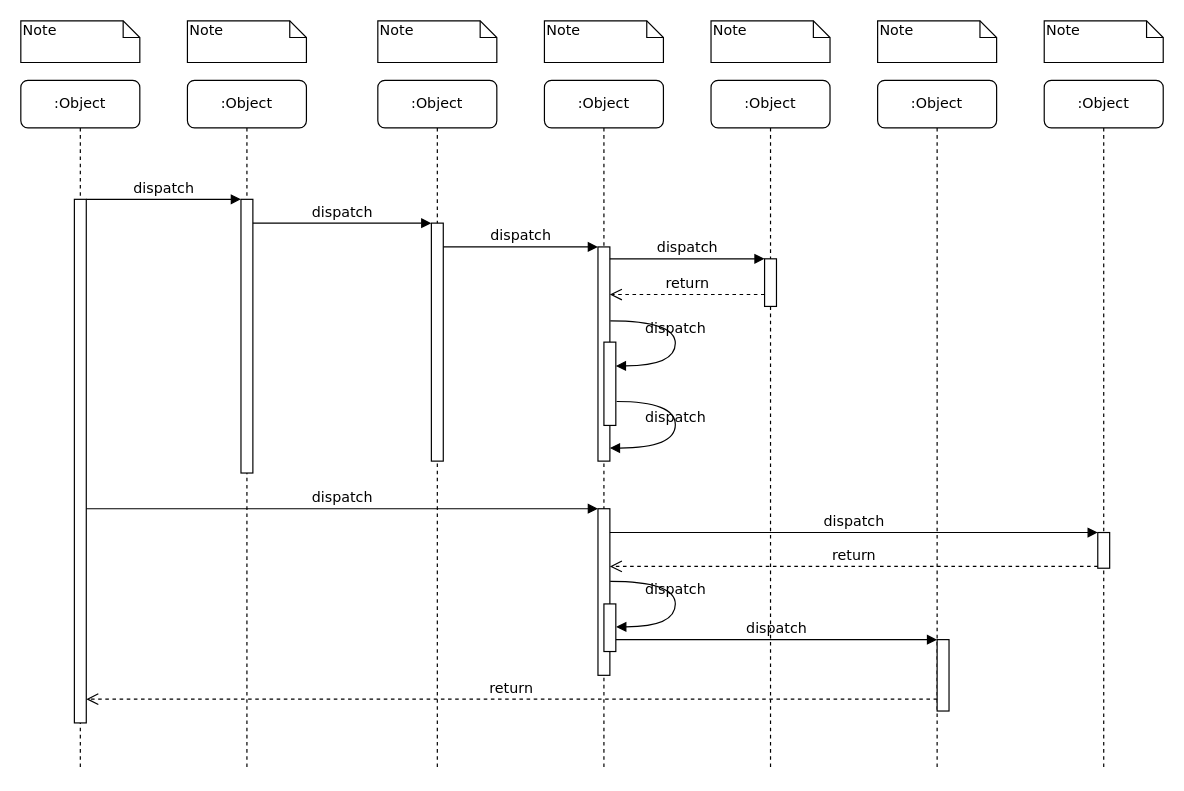
izhaong/drawio keeps this draw.io diagram as 未命名绘图.drawio. Above is the earlier version. Source tidied: cells renumbered, new cells numbered last; positions are measured from the earlier drawing's top-left corner, leaving out a move shared by most shapes. Both pictures are drawn from the tidied source at 119%, with x=0, y=0 at pixel (20, 20).
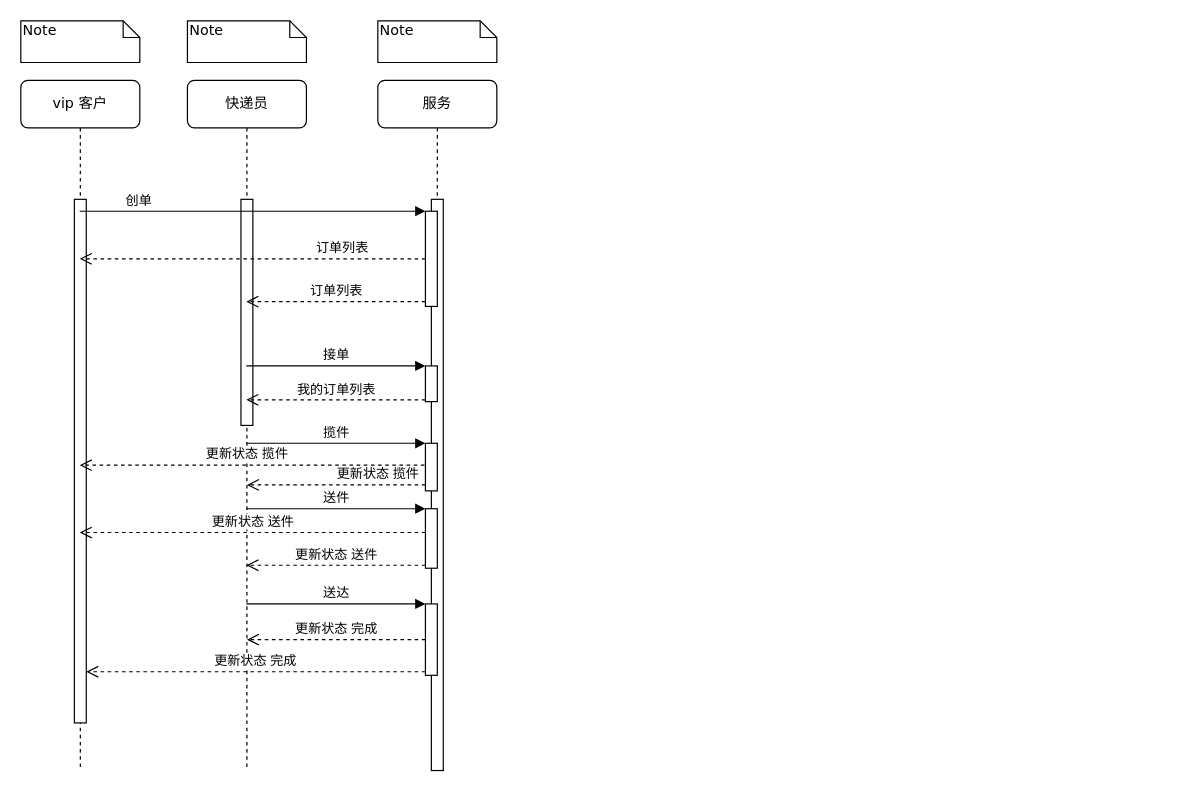
Above is the later version.

Commit message:
更新未命名绘图.drawio

Unchanged cells that the change refers to:
```xml
<mxCell id="11" style="html=1;points=[];perimeter=orthogonalPerimeter;rounded=0;shadow=0;comic=0;labelBackgroundColor=none;strokeWidth=1;fontFamily=Verdana;fontSize=12;align=center;" parent="10" vertex="1">
  <mxGeometry x="45" y="100" width="10" height="440" as="geometry" />
</mxCell>
```

Change to the diagram source:
```diff
@@
-    <mxCell id="2" value=":Object" style="shape=umlLifeline;perimeter=lifelinePerimeter;whiteSpace=wrap;html=1;outlineConnect=0;rounded=1;shadow=0;comic=0;labelBackgroundColor=none;strokeWidth=1;fontFamily=Verdana;fontSize=12;align=center;" parent="1" vertex="1">
+    <mxCell id="2" value="快递员" style="shape=umlLifeline;perimeter=lifelinePerimeter;whiteSpace=wrap;html=1;outlineConnect=0;rounded=1;shadow=0;comic=0;labelBackgroundColor=none;strokeWidth=1;fontFamily=Verdana;fontSize=12;align=center;" parent="1" vertex="1">
       <mxGeometry x="140" y="50" width="100" height="580" as="geometry" />
     </mxCell>
     <mxCell id="3" style="html=1;points=[];perimeter=orthogonalPerimeter;rounded=0;shadow=0;comic=0;labelBackgroundColor=none;strokeWidth=1;fontFamily=Verdana;fontSize=12;align=center;" parent="2" vertex="1">
-      <mxGeometry x="45" y="100" width="10" height="230" as="geometry" />
+      <mxGeometry x="45" y="100" width="10" height="190" as="geometry" />
     </mxCell>
-    <mxCell id="4" value=":Object" style="shape=umlLifeline;perimeter=lifelinePerimeter;whiteSpace=wrap;html=1;rounded=1;shadow=0;comic=0;labelBackgroundColor=none;strokeWidth=1;fontFamily=Verdana;fontSize=12;align=center;" parent="1" vertex="1">
+    <mxCell id="4" value="服务" style="shape=umlLifeline;perimeter=lifelinePerimeter;whiteSpace=wrap;html=1;rounded=1;shadow=0;comic=0;labelBackgroundColor=none;strokeWidth=1;fontFamily=Verdana;fontSize=12;align=center;" parent="1" vertex="1">
       <mxGeometry x="300" y="50" width="100" height="580" as="geometry" />
     </mxCell>
     <mxCell id="5" style="html=1;points=[];perimeter=orthogonalPerimeter;rounded=0;shadow=0;comic=0;labelBackgroundColor=none;strokeWidth=1;fontFamily=Verdana;fontSize=12;align=center;" parent="4" vertex="1">
-      <mxGeometry x="45" y="120" width="10" height="200" as="geometry" />
+      <mxGeometry x="45" y="100" width="10" height="480" as="geometry" />
     </mxCell>
-    <mxCell id="6" value=":Object" style="shape=umlLifeline;perimeter=lifelinePerimeter;whiteSpace=wrap;html=1;rounded=1;shadow=0;comic=0;labelBackgroundColor=none;strokeWidth=1;fontFamily=Verdana;fontSize=12;align=center;" parent="1" vertex="1">
-      <mxGeometry x="440" y="50" width="100" height="580" as="geometry" />
-    </mxCell>
-    <mxCell id="7" value=":Object" style="shape=umlLifeline;perimeter=lifelinePerimeter;whiteSpace=wrap;html=1;rounded=1;shadow=0;comic=0;labelBackgroundColor=none;strokeWidth=1;fontFamily=Verdana;fontSize=12;align=center;" parent="1" vertex="1">
-      <mxGeometry x="580" y="50" width="100" height="580" as="geometry" />
-    </mxCell>
-    <mxCell id="8" value=":Object" style="shape=umlLifeline;perimeter=lifelinePerimeter;whiteSpace=wrap;html=1;rounded=1;shadow=0;comic=0;labelBackgroundColor=none;strokeWidth=1;fontFamily=Verdana;fontSize=12;align=center;" parent="1" vertex="1">
-      <mxGeometry x="720" y="50" width="100" height="580" as="geometry" />
-    </mxCell>
-    <mxCell id="9" value=":Object" style="shape=umlLifeline;perimeter=lifelinePerimeter;whiteSpace=wrap;html=1;rounded=1;shadow=0;comic=0;labelBackgroundColor=none;strokeWidth=1;fontFamily=Verdana;fontSize=12;align=center;" parent="1" vertex="1">
-      <mxGeometry x="860" y="50" width="100" height="580" as="geometry" />
-    </mxCell>
+    <mxCell id="39" style="html=1;points=[];perimeter=orthogonalPerimeter;" parent="4" vertex="1">
+      <mxGeometry x="40" y="240" width="10" height="30" as="geometry" />
+    </mxCell>
+    <mxCell id="40" style="html=1;points=[];perimeter=orthogonalPerimeter;" parent="4" vertex="1">
+      <mxGeometry x="40" y="305" width="10" height="40" as="geometry" />
+    </mxCell>
+    <mxCell id="41" style="html=1;points=[];perimeter=orthogonalPerimeter;" parent="4" vertex="1">
+      <mxGeometry x="40" y="360" width="10" height="50" as="geometry" />
+    </mxCell>
+    <mxCell id="42" style="html=1;points=[];perimeter=orthogonalPerimeter;" parent="4" vertex="1">
+      <mxGeometry x="40" y="440" width="10" height="60" as="geometry" />
+    </mxCell>
-    <mxCell id="10" value=":Object" style="shape=umlLifeline;perimeter=lifelinePerimeter;whiteSpace=wrap;html=1;outlineConnect=0;rounded=1;shadow=0;comic=0;labelBackgroundColor=none;strokeWidth=1;fontFamily=Verdana;fontSize=12;align=center;" parent="1" vertex="1">
+    <mxCell id="10" value="vip 客户" style="shape=umlLifeline;perimeter=lifelinePerimeter;whiteSpace=wrap;html=1;outlineConnect=0;rounded=1;shadow=0;comic=0;labelBackgroundColor=none;strokeWidth=1;fontFamily=Verdana;fontSize=12;align=center;" parent="1" vertex="1">
       <mxGeometry y="50" width="100" height="580" as="geometry" />
     </mxCell>
@@
-    <mxCell id="12" style="html=1;points=[];perimeter=orthogonalPerimeter;rounded=0;shadow=0;comic=0;labelBackgroundColor=none;strokeWidth=1;fontFamily=Verdana;fontSize=12;align=center;" parent="1" vertex="1">
-      <mxGeometry x="485" y="190" width="10" height="180" as="geometry" />
-    </mxCell>
-    <mxCell id="13" value="dispatch" style="html=1;verticalAlign=bottom;endArrow=block;labelBackgroundColor=none;fontFamily=Verdana;fontSize=12;edgeStyle=elbowEdgeStyle;elbow=vertical;" parent="1" edge="1" source="5" target="12">
-      <mxGeometry relative="1" as="geometry">
-        <Array as="points">
-          <mxPoint x="360" y="190" />
-        </Array>
-      </mxGeometry>
-    </mxCell>
-    <mxCell id="14" style="html=1;points=[];perimeter=orthogonalPerimeter;rounded=0;shadow=0;comic=0;labelBackgroundColor=none;strokeWidth=1;fontFamily=Verdana;fontSize=12;align=center;" parent="1" vertex="1">
-      <mxGeometry x="625" y="200" width="10" height="40" as="geometry" />
-    </mxCell>
-    <mxCell id="15" value="dispatch" style="html=1;verticalAlign=bottom;endArrow=block;entryX=0;entryY=0;labelBackgroundColor=none;fontFamily=Verdana;fontSize=12;edgeStyle=elbowEdgeStyle;elbow=vertical;" parent="1" edge="1" source="12" target="14">
-      <mxGeometry relative="1" as="geometry" />
-    </mxCell>
-    <mxCell id="16" value="return" style="html=1;verticalAlign=bottom;endArrow=open;dashed=1;endSize=8;labelBackgroundColor=none;fontFamily=Verdana;fontSize=12;edgeStyle=elbowEdgeStyle;elbow=vertical;" parent="1" edge="1" source="14" target="12">
-      <mxGeometry relative="1" as="geometry">
-        <Array as="points">
-          <mxPoint x="570" y="230" />
-          <mxPoint x="600" y="230" />
-        </Array>
-      </mxGeometry>
-    </mxCell>
-    <mxCell id="17" style="html=1;points=[];perimeter=orthogonalPerimeter;rounded=0;shadow=0;comic=0;labelBackgroundColor=none;strokeWidth=1;fontFamily=Verdana;fontSize=12;align=center;" parent="1" vertex="1">
-      <mxGeometry x="485" y="410" width="10" height="140" as="geometry" />
-    </mxCell>
-    <mxCell id="18" value="dispatch" style="html=1;verticalAlign=bottom;endArrow=block;entryX=0;entryY=0;labelBackgroundColor=none;fontFamily=Verdana;fontSize=12;" parent="1" edge="1" source="11" target="17">
-      <mxGeometry relative="1" as="geometry" />
-    </mxCell>
-    <mxCell id="19" style="html=1;points=[];perimeter=orthogonalPerimeter;rounded=0;shadow=0;comic=0;labelBackgroundColor=none;strokeColor=#000000;strokeWidth=1;fillColor=#FFFFFF;fontFamily=Verdana;fontSize=12;fontColor=#000000;align=center;" parent="1" vertex="1">
-      <mxGeometry x="905" y="430" width="10" height="30" as="geometry" />
-    </mxCell>
-    <mxCell id="20" value="dispatch" style="html=1;verticalAlign=bottom;endArrow=block;entryX=0;entryY=0;labelBackgroundColor=none;fontFamily=Verdana;fontSize=12;" parent="1" edge="1" source="17" target="19">
-      <mxGeometry relative="1" as="geometry" />
-    </mxCell>
-    <mxCell id="21" value="return" style="html=1;verticalAlign=bottom;endArrow=open;dashed=1;endSize=8;exitX=0;exitY=0.95;labelBackgroundColor=none;fontFamily=Verdana;fontSize=12;" parent="1" edge="1" source="19" target="17">
-      <mxGeometry relative="1" as="geometry" />
-    </mxCell>
-    <mxCell id="22" style="html=1;points=[];perimeter=orthogonalPerimeter;rounded=0;shadow=0;comic=0;labelBackgroundColor=none;strokeWidth=1;fontFamily=Verdana;fontSize=12;align=center;" parent="1" vertex="1">
-      <mxGeometry x="770" y="520" width="10" height="60" as="geometry" />
-    </mxCell>
-    <mxCell id="23" value="dispatch" style="html=1;verticalAlign=bottom;endArrow=block;entryX=0;entryY=0;labelBackgroundColor=none;fontFamily=Verdana;fontSize=12;edgeStyle=elbowEdgeStyle;elbow=vertical;" parent="1" edge="1" source="30" target="22">
-      <mxGeometry relative="1" as="geometry" />
-    </mxCell>
-    <mxCell id="24" value="return" style="html=1;verticalAlign=bottom;endArrow=open;dashed=1;endSize=8;labelBackgroundColor=none;fontFamily=Verdana;fontSize=12;edgeStyle=elbowEdgeStyle;elbow=vertical;" parent="1" edge="1" source="22" target="11">
-      <mxGeometry relative="1" as="geometry">
-        <Array as="points">
-          <mxPoint x="470" y="570" />
-        </Array>
-      </mxGeometry>
-    </mxCell>
-    <mxCell id="25" value="dispatch" style="html=1;verticalAlign=bottom;endArrow=block;entryX=0;entryY=0;labelBackgroundColor=none;fontFamily=Verdana;fontSize=12;edgeStyle=elbowEdgeStyle;elbow=vertical;" parent="1" edge="1" source="11" target="3">
-      <mxGeometry relative="1" as="geometry" />
-    </mxCell>
-    <mxCell id="26" value="dispatch" style="html=1;verticalAlign=bottom;endArrow=block;entryX=0;entryY=0;labelBackgroundColor=none;fontFamily=Verdana;fontSize=12;edgeStyle=elbowEdgeStyle;elbow=vertical;" parent="1" edge="1" source="3" target="5">
-      <mxGeometry relative="1" as="geometry" />
-    </mxCell>
-    <mxCell id="27" style="html=1;points=[];perimeter=orthogonalPerimeter;rounded=0;shadow=0;comic=0;labelBackgroundColor=none;strokeWidth=1;fontFamily=Verdana;fontSize=12;align=center;" parent="1" vertex="1">
-      <mxGeometry x="490" y="270" width="10" height="70" as="geometry" />
-    </mxCell>
-    <mxCell id="28" value="dispatch" style="html=1;verticalAlign=bottom;endArrow=block;labelBackgroundColor=none;fontFamily=Verdana;fontSize=12;elbow=vertical;edgeStyle=orthogonalEdgeStyle;curved=1;entryX=1;entryY=0.286;entryPerimeter=0;exitX=1.038;exitY=0.345;exitPerimeter=0;" parent="1" edge="1" source="12" target="27">
-      <mxGeometry relative="1" as="geometry">
-        <Array as="points">
-          <mxPoint x="550" y="252" />
-          <mxPoint x="550" y="290" />
-        </Array>
-      </mxGeometry>
-    </mxCell>
-    <mxCell id="29" value="dispatch" style="html=1;verticalAlign=bottom;endArrow=block;labelBackgroundColor=none;fontFamily=Verdana;fontSize=12;elbow=vertical;edgeStyle=orthogonalEdgeStyle;curved=1;exitX=1.066;exitY=0.713;exitPerimeter=0;" parent="1" edge="1" source="27">
-      <mxGeometry relative="1" as="geometry">
-        <mxPoint x="495" y="359" as="targetPoint" />
-        <Array as="points">
-          <mxPoint x="550" y="320" />
-          <mxPoint x="550" y="359" />
-        </Array>
-      </mxGeometry>
-    </mxCell>
-    <mxCell id="30" style="html=1;points=[];perimeter=orthogonalPerimeter;rounded=0;shadow=0;comic=0;labelBackgroundColor=none;strokeWidth=1;fontFamily=Verdana;fontSize=12;align=center;" parent="1" vertex="1">
-      <mxGeometry x="490" y="490" width="10" height="40" as="geometry" />
-    </mxCell>
-    <mxCell id="31" value="dispatch" style="html=1;verticalAlign=bottom;endArrow=block;labelBackgroundColor=none;fontFamily=Verdana;fontSize=12;elbow=vertical;edgeStyle=orthogonalEdgeStyle;curved=1;entryX=1;entryY=0.286;entryPerimeter=0;exitX=1.038;exitY=0.345;exitPerimeter=0;" parent="1" edge="1">
-      <mxGeometry relative="1" as="geometry">
-        <mxPoint x="495.3" y="471" as="sourcePoint" />
-        <mxPoint x="500.3" y="509.3" as="targetPoint" />
-        <Array as="points">
-          <mxPoint x="550" y="471" />
-          <mxPoint x="550" y="509" />
-        </Array>
-      </mxGeometry>
-    </mxCell>
@@
-    <mxCell id="35" value="Note" style="shape=note;whiteSpace=wrap;html=1;size=14;verticalAlign=top;align=left;spacingTop=-6;rounded=0;shadow=0;comic=0;labelBackgroundColor=none;strokeWidth=1;fontFamily=Verdana;fontSize=12;" parent="1" vertex="1">
-      <mxGeometry x="440" width="100" height="35" as="geometry" />
-    </mxCell>
-    <mxCell id="36" value="Note" style="shape=note;whiteSpace=wrap;html=1;size=14;verticalAlign=top;align=left;spacingTop=-6;rounded=0;shadow=0;comic=0;labelBackgroundColor=none;strokeWidth=1;fontFamily=Verdana;fontSize=12;" parent="1" vertex="1">
-      <mxGeometry x="580" width="100" height="35" as="geometry" />
-    </mxCell>
-    <mxCell id="37" value="Note" style="shape=note;whiteSpace=wrap;html=1;size=14;verticalAlign=top;align=left;spacingTop=-6;rounded=0;shadow=0;comic=0;labelBackgroundColor=none;strokeWidth=1;fontFamily=Verdana;fontSize=12;" parent="1" vertex="1">
-      <mxGeometry x="720" width="100" height="35" as="geometry" />
-    </mxCell>
-    <mxCell id="38" value="Note" style="shape=note;whiteSpace=wrap;html=1;size=14;verticalAlign=top;align=left;spacingTop=-6;rounded=0;shadow=0;comic=0;labelBackgroundColor=none;strokeWidth=1;fontFamily=Verdana;fontSize=12;" parent="1" vertex="1">
-      <mxGeometry x="860" width="100" height="35" as="geometry" />
-    </mxCell>
+    <mxCell id="43" style="html=1;points=[];perimeter=orthogonalPerimeter;" parent="1" vertex="1">
+      <mxGeometry x="340" y="160" width="10" height="80" as="geometry" />
+    </mxCell>
+    <mxCell id="44" value="创单" style="html=1;verticalAlign=bottom;endArrow=block;entryX=0;entryY=0;" parent="1" edge="1" source="10" target="43">
+      <mxGeometry x="-0.66" relative="1" as="geometry" />
+    </mxCell>
+    <mxCell id="45" value="订单列表" style="html=1;verticalAlign=bottom;endArrow=open;dashed=1;endSize=8;exitX=0;exitY=0.95;" parent="1" edge="1" source="43" target="2">
+      <mxGeometry relative="1" as="geometry" />
+    </mxCell>
+    <mxCell id="46" value="订单列表" style="html=1;verticalAlign=bottom;endArrow=open;dashed=1;endSize=8;exitX=0;exitY=0.95;" parent="1" edge="1" target="10">
+      <mxGeometry x="-0.52" relative="1" as="geometry">
+        <mxPoint x="340" y="200" as="sourcePoint" />
+      </mxGeometry>
+    </mxCell>
+    <mxCell id="47" value="接单" style="html=1;verticalAlign=bottom;endArrow=block;entryX=0;entryY=0;" parent="1" edge="1" source="2" target="39">
+      <mxGeometry relative="1" as="geometry" />
+    </mxCell>
+    <mxCell id="48" value="我的订单列表" style="html=1;verticalAlign=bottom;endArrow=open;dashed=1;endSize=8;exitX=0;exitY=0.95;" parent="1" edge="1" source="39" target="2">
+      <mxGeometry relative="1" as="geometry" />
+    </mxCell>
+    <mxCell id="49" value="揽件" style="html=1;verticalAlign=bottom;endArrow=block;entryX=0;entryY=0;" parent="1" edge="1" source="2" target="40">
+      <mxGeometry relative="1" as="geometry" />
+    </mxCell>
+    <mxCell id="50" value="更新状态 揽件" style="html=1;verticalAlign=bottom;endArrow=open;dashed=1;endSize=8;exitX=-0.081;exitY=0.461;exitDx=0;exitDy=0;exitPerimeter=0;" parent="1" edge="1" source="40" target="10">
+      <mxGeometry x="0.03" relative="1" as="geometry" />
+    </mxCell>
+    <mxCell id="51" value="送件" style="html=1;verticalAlign=bottom;endArrow=block;entryX=0;entryY=0;" parent="1" edge="1" source="2" target="41">
+      <mxGeometry relative="1" as="geometry" />
+    </mxCell>
+    <mxCell id="52" value="更新状态 送件" style="html=1;verticalAlign=bottom;endArrow=open;dashed=1;endSize=8;exitX=0;exitY=0.95;" parent="1" edge="1" source="41" target="2">
+      <mxGeometry relative="1" as="geometry" />
+    </mxCell>
+    <mxCell id="53" value="更新状态 送件" style="html=1;verticalAlign=bottom;endArrow=open;dashed=1;endSize=8;exitX=0;exitY=0.95;" parent="1" edge="1" target="10">
+      <mxGeometry relative="1" as="geometry">
+        <mxPoint x="340" y="430" as="sourcePoint" />
+        <Array as="points">
+          <mxPoint x="320" y="430" />
+        </Array>
+      </mxGeometry>
+    </mxCell>
+    <mxCell id="54" value="更新状态 揽件" style="html=1;verticalAlign=bottom;endArrow=open;dashed=1;endSize=8;" parent="1" edge="1">
+      <mxGeometry x="-0.47" relative="1" as="geometry">
+        <mxPoint x="340" y="390" as="sourcePoint" />
+        <mxPoint x="190" y="390" as="targetPoint" />
+      </mxGeometry>
+    </mxCell>
+    <mxCell id="55" value="送达" style="html=1;verticalAlign=bottom;endArrow=block;entryX=0;entryY=0;" parent="1" edge="1" source="2" target="42">
+      <mxGeometry relative="1" as="geometry" />
+    </mxCell>
+    <mxCell id="56" value="更新状态 完成" style="html=1;verticalAlign=bottom;endArrow=open;dashed=1;endSize=8;exitX=0;exitY=0.95;" parent="1" edge="1" source="42" target="11">
+      <mxGeometry relative="1" as="geometry" />
+    </mxCell>
+    <mxCell id="57" value="更新状态 完成" style="html=1;verticalAlign=bottom;endArrow=open;dashed=1;endSize=8;exitX=0;exitY=0.95;" parent="1" edge="1">
+      <mxGeometry relative="1" as="geometry">
+        <mxPoint x="340" y="520" as="sourcePoint" />
+        <mxPoint x="190" y="520" as="targetPoint" />
+      </mxGeometry>
+    </mxCell>
```
